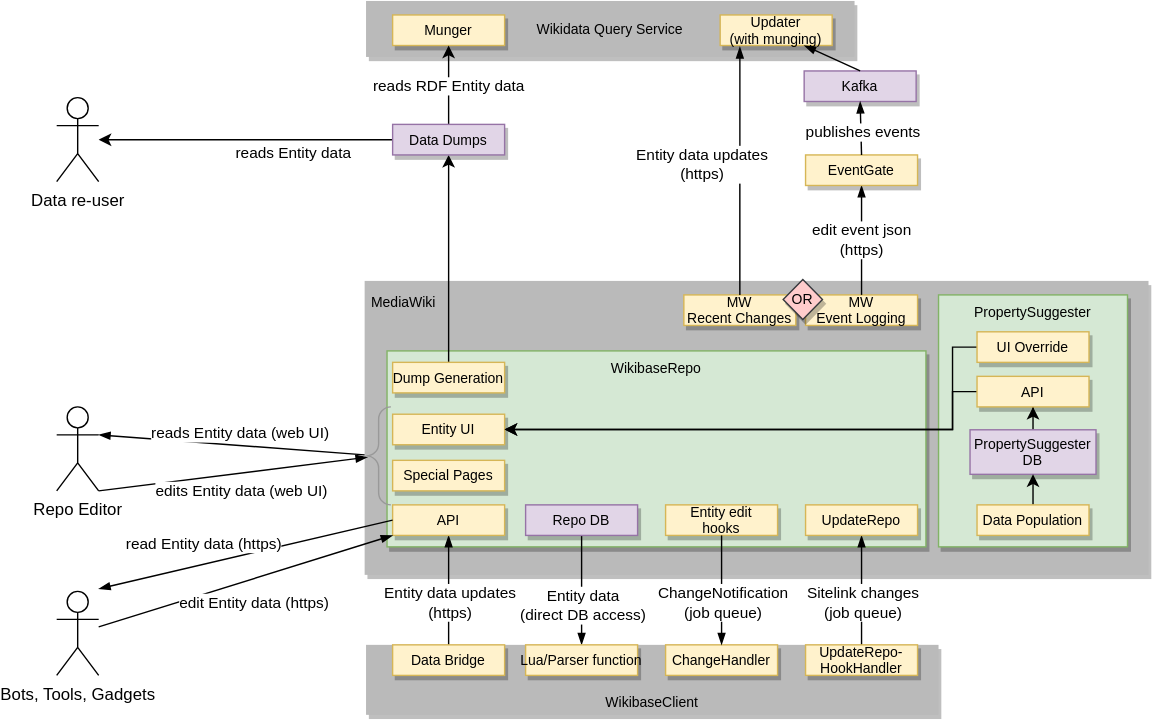
Before: systems/Repository/diagrams/03-technical-context-old.drawio.svg, a diagram exported from draw.io (wmde/wikidata-wikibase-architecture). Source tidied: cells renumbered, new cells last; positions are measured from the earlier drawing's top-left corner, leaving out a move shared by most shapes.
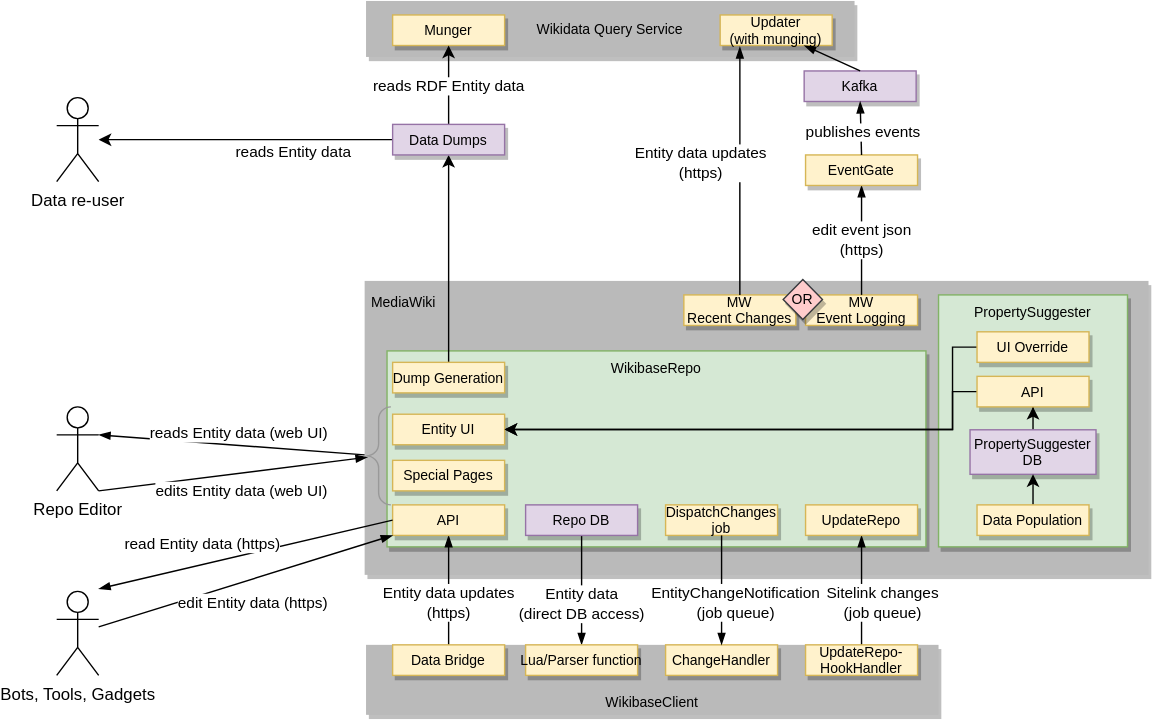
Later version of the same file.

The edit, as a diff of the source:
```diff
@@ -16,7 +16,7 @@
     </mxCell>
     <mxCell id="6" value="Sitelink changes&lt;br&gt;(job queue)" style="edgeLabel;html=1;align=center;verticalAlign=middle;" parent="5" vertex="1">
       <mxGeometry x="0.2" relative="1" as="geometry">
-        <mxPoint y="8" as="offset" />
+        <mxPoint x="15" y="8" as="offset" />
       </mxGeometry>
     </mxCell>
     <mxCell id="7" style="rounded=0;jettySize=auto;html=1;entryX=0.5;entryY=0.542;entryDx=0;entryDy=0;endArrow=none;endFill=0;startArrow=blockThin;startFill=1;strokeWidth=1;entryPerimeter=0;exitX=0.5;exitY=1;exitDx=0;exitDy=0;" parent="1" edge="1" source="13" target="14">
@@ -56,15 +56,15 @@
     <mxCell id="17" value="ChangeHandler" style="rounded=0;shadow=1;fontSize=10;strokeColor=#d6b656;direction=west;fillColor=#fff2cc;" parent="1" vertex="1">
       <mxGeometry x="435" y="460" width="80" height="21.8" as="geometry" />
     </mxCell>
-    <mxCell id="18" value="Entity edit&#10;hooks" style="rounded=0;shadow=1;fontSize=10;strokeColor=#d6b656;direction=west;fillColor=#fff2cc;" parent="1" vertex="1">
+    <mxCell id="18" value="DispatchChanges&#10;job" style="rounded=0;shadow=1;fontSize=10;strokeColor=#d6b656;direction=west;fillColor=#fff2cc;" parent="1" vertex="1">
       <mxGeometry x="435" y="360" width="80" height="21.8" as="geometry" />
     </mxCell>
     <mxCell id="19" style="rounded=0;jettySize=auto;html=1;endArrow=blockThin;endFill=1;exitX=0.5;exitY=0;exitDx=0;exitDy=0;entryX=0.5;entryY=1;entryDx=0;entryDy=0;" parent="1" edge="1" source="18" target="17">
       <mxGeometry relative="1" as="geometry" />
     </mxCell>
-    <mxCell id="20" value="ChangeNotification&lt;br&gt;(job queue)" style="edgeLabel;html=1;align=center;verticalAlign=middle;" parent="19" vertex="1">
+    <mxCell id="20" value="EntityChangeNotification&lt;br&gt;(job queue)" style="edgeLabel;html=1;align=center;verticalAlign=middle;" parent="19" vertex="1">
       <mxGeometry x="0.2" relative="1" as="geometry">
-        <mxPoint y="1" as="offset" />
+        <mxPoint x="10" y="1" as="offset" />
       </mxGeometry>
     </mxCell>
     <mxCell id="21" value="Bots, Tools, Gadgets" style="shape=umlActor;verticalLabelPosition=bottom;verticalAlign=top;html=1;outlineConnect=0;" parent="1" vertex="1">
```
